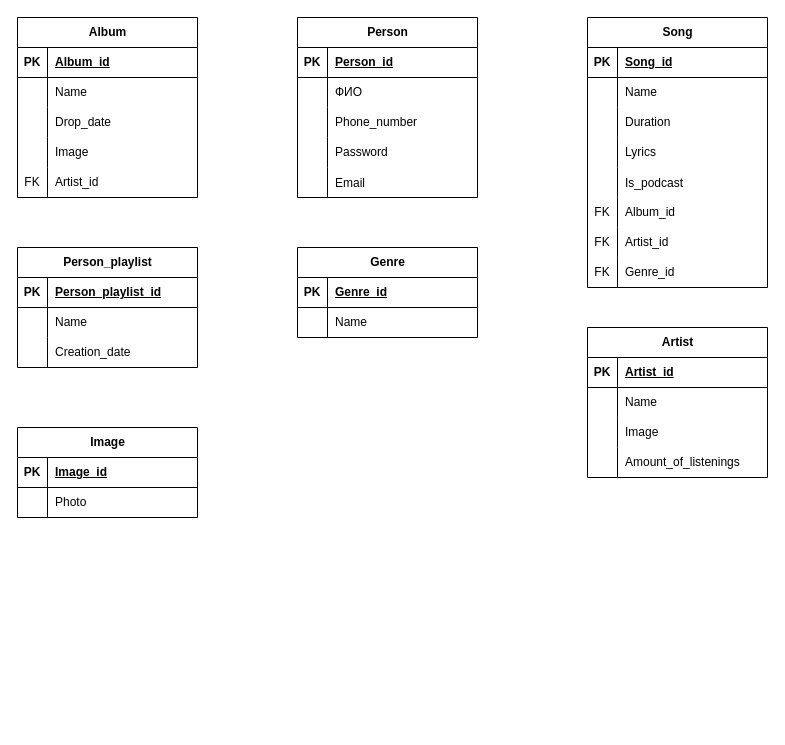
Before: лм v2.0.drawio in marsek4/database, a draw.io diagram. Source tidied: cells renumbered, new cells numbered last; positions are measured from the earlier drawing's top-left corner, leaving out a move shared by most shapes. Both pictures are drawn from the tidied source at 100%, with x=0, y=0 at pixel (17, 17).
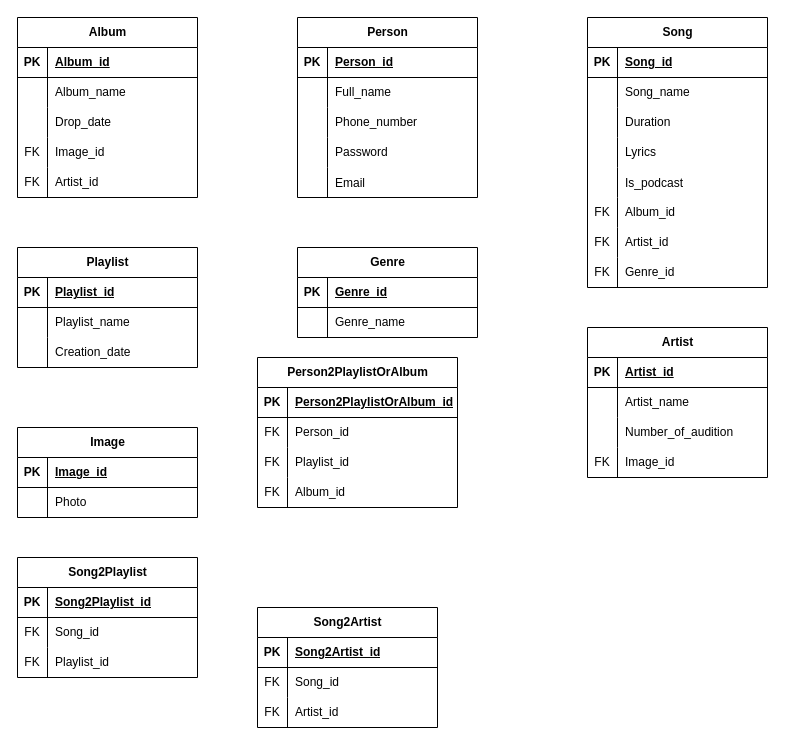
Above is the later version.

Unchanged cells that the change refers to:
```xml
<mxCell id="6" style="shape=tableRow;horizontal=0;startSize=0;swimlaneHead=0;swimlaneBody=0;fillColor=none;top=0;left=0;right=0;bottom=0;" parent="2" vertex="1">
  <mxGeometry y="60" width="180" height="30" as="geometry" />
</mxCell>
<mxCell id="22" style="shape=tableRow;horizontal=0;startSize=0;swimlaneHead=0;swimlaneBody=0;fillColor=none;top=0;left=0;right=0;bottom=0;" parent="18" vertex="1">
  <mxGeometry y="60" width="180" height="30" as="geometry" />
</mxCell>
<mxCell id="47" style="shape=tableRow;horizontal=0;startSize=0;swimlaneHead=0;swimlaneBody=0;fillColor=none;top=0;left=0;right=0;bottom=0;" parent="43" vertex="1">
  <mxGeometry y="60" width="180" height="30" as="geometry" />
</mxCell>
<mxCell id="53" style="shape=tableRow;horizontal=0;startSize=0;swimlaneHead=0;swimlaneBody=0;fillColor=none;top=0;left=0;right=0;bottom=0;" parent="43" vertex="1">
  <mxGeometry y="120" width="180" height="30" as="geometry" />
</mxCell>
<mxCell id="60" style="shape=tableRow;horizontal=0;startSize=0;swimlaneHead=0;swimlaneBody=0;fillColor=none;top=0;left=0;right=0;bottom=1;" parent="59" vertex="1">
  <mxGeometry y="30" width="180" height="30" as="geometry" />
</mxCell>
<mxCell id="63" style="shape=tableRow;horizontal=0;startSize=0;swimlaneHead=0;swimlaneBody=0;fillColor=none;top=0;left=0;right=0;bottom=0;" parent="59" vertex="1">
  <mxGeometry y="60" width="180" height="30" as="geometry" />
</mxCell>
<mxCell id="73" style="shape=tableRow;horizontal=0;startSize=0;swimlaneHead=0;swimlaneBody=0;fillColor=none;top=0;left=0;right=0;bottom=0;" parent="69" vertex="1">
  <mxGeometry y="60" width="180" height="30" as="geometry" />
</mxCell>
<mxCell id="76" value="Artist" style="shape=table;startSize=30;childLayout=tableLayout;rowLines=0;fontStyle=1;align=center;html=1;" parent="1" vertex="1">
  <mxGeometry x="570" y="310" width="180" height="150" as="geometry" />
</mxCell>
<mxCell id="80" style="shape=tableRow;horizontal=0;startSize=0;swimlaneHead=0;swimlaneBody=0;fillColor=none;top=0;left=0;right=0;bottom=0;" parent="76" vertex="1">
  <mxGeometry y="60" width="180" height="30" as="geometry" />
</mxCell>
```

The edit, as a diff of the source:
```diff
@@
-    <mxCell id="8" value="ФИО" style="shape=partialRectangle;fillColor=none;top=0;left=0;bottom=0;right=0;align=left;spacingLeft=6;overflow=hidden;whiteSpace=wrap;html=1;" parent="6" vertex="1">
+    <mxCell id="8" value="Full_name" style="shape=partialRectangle;fillColor=none;top=0;left=0;bottom=0;right=0;align=left;spacingLeft=6;overflow=hidden;whiteSpace=wrap;html=1;" parent="6" vertex="1">
       <mxGeometry x="30" width="150" height="30" as="geometry" />
     </mxCell>
@@
-    <mxCell id="24" value="Name&lt;span style=&quot;white-space: pre;&quot;&gt;&#9;&lt;/span&gt;" style="shape=partialRectangle;fillColor=none;top=0;left=0;bottom=0;right=0;align=left;spacingLeft=6;overflow=hidden;whiteSpace=wrap;html=1;" parent="22" vertex="1">
+    <mxCell id="24" value="Song_name&lt;span style=&quot;white-space: pre;&quot;&gt;&#9;&lt;/span&gt;" style="shape=partialRectangle;fillColor=none;top=0;left=0;bottom=0;right=0;align=left;spacingLeft=6;overflow=hidden;whiteSpace=wrap;html=1;" parent="22" vertex="1">
       <mxGeometry x="30" width="150" height="30" as="geometry" />
     </mxCell>
@@
-    <mxCell id="49" value="Name" style="shape=partialRectangle;fillColor=none;top=0;left=0;bottom=0;right=0;align=left;spacingLeft=6;overflow=hidden;whiteSpace=wrap;html=1;" parent="47" vertex="1">
+    <mxCell id="49" value="Album_name" style="shape=partialRectangle;fillColor=none;top=0;left=0;bottom=0;right=0;align=left;spacingLeft=6;overflow=hidden;whiteSpace=wrap;html=1;" parent="47" vertex="1">
       <mxGeometry x="30" width="150" height="30" as="geometry" />
     </mxCell>
@@
-    <mxCell id="55" value="Image" style="shape=partialRectangle;fillColor=none;top=0;left=0;bottom=0;right=0;align=left;spacingLeft=6;overflow=hidden;whiteSpace=wrap;html=1;" parent="53" vertex="1">
+    <mxCell id="55" value="Image_id" style="shape=partialRectangle;fillColor=none;top=0;left=0;bottom=0;right=0;align=left;spacingLeft=6;overflow=hidden;whiteSpace=wrap;html=1;" parent="53" vertex="1">
       <mxGeometry x="30" width="150" height="30" as="geometry" />
     </mxCell>
@@
-    <mxCell id="59" value="Person_playlist" style="shape=table;startSize=30;childLayout=tableLayout;rowLines=0;fontStyle=1;align=center;html=1;" parent="1" vertex="1">
+    <mxCell id="59" value="Playlist" style="shape=table;startSize=30;childLayout=tableLayout;rowLines=0;fontStyle=1;align=center;html=1;" parent="1" vertex="1">
       <mxGeometry y="230" width="180" height="120" as="geometry" />
     </mxCell>
@@
-    <mxCell id="62" value="Person_playlist_id" style="shape=partialRectangle;fillColor=none;top=0;left=0;bottom=0;right=0;align=left;spacingLeft=6;fontStyle=5;overflow=hidden;whiteSpace=wrap;html=1;" parent="60" vertex="1">
+    <mxCell id="62" value="Playlist_id" style="shape=partialRectangle;fillColor=none;top=0;left=0;bottom=0;right=0;align=left;spacingLeft=6;fontStyle=5;overflow=hidden;whiteSpace=wrap;html=1;" parent="60" vertex="1">
       <mxGeometry x="30" width="150" height="30" as="geometry" />
     </mxCell>
@@
-    <mxCell id="65" value="Name" style="shape=partialRectangle;fillColor=none;top=0;left=0;bottom=0;right=0;align=left;spacingLeft=6;overflow=hidden;whiteSpace=wrap;html=1;" parent="63" vertex="1">
+    <mxCell id="65" value="Playlist_name" style="shape=partialRectangle;fillColor=none;top=0;left=0;bottom=0;right=0;align=left;spacingLeft=6;overflow=hidden;whiteSpace=wrap;html=1;" parent="63" vertex="1">
       <mxGeometry x="30" width="150" height="30" as="geometry" />
     </mxCell>
@@
-    <mxCell id="75" value="Name" style="shape=partialRectangle;fillColor=none;top=0;left=0;bottom=0;right=0;align=left;spacingLeft=6;overflow=hidden;whiteSpace=wrap;html=1;" parent="73" vertex="1">
+    <mxCell id="75" value="Genre_name" style="shape=partialRectangle;fillColor=none;top=0;left=0;bottom=0;right=0;align=left;spacingLeft=6;overflow=hidden;whiteSpace=wrap;html=1;" parent="73" vertex="1">
       <mxGeometry x="30" width="150" height="30" as="geometry" />
     </mxCell>
@@
-    <mxCell id="82" value="Name" style="shape=partialRectangle;fillColor=none;top=0;left=0;bottom=0;right=0;align=left;spacingLeft=6;overflow=hidden;whiteSpace=wrap;html=1;" parent="80" vertex="1">
+    <mxCell id="82" value="Artist_name" style="shape=partialRectangle;fillColor=none;top=0;left=0;bottom=0;right=0;align=left;spacingLeft=6;overflow=hidden;whiteSpace=wrap;html=1;" parent="80" vertex="1">
       <mxGeometry x="30" width="150" height="30" as="geometry" />
     </mxCell>
-    <mxCell id="83" style="shape=tableRow;horizontal=0;startSize=0;swimlaneHead=0;swimlaneBody=0;fillColor=none;top=0;left=0;right=0;bottom=0;" parent="76" vertex="1">
-      <mxGeometry y="90" width="180" height="30" as="geometry" />
-    </mxCell>
-    <mxCell id="84" style="shape=partialRectangle;fillColor=none;top=0;left=0;bottom=0;right=0;overflow=hidden;whiteSpace=wrap;html=1;" parent="83" vertex="1">
-      <mxGeometry width="30" height="30" as="geometry" />
-    </mxCell>
-    <mxCell id="85" value="Image" style="shape=partialRectangle;fillColor=none;top=0;left=0;bottom=0;right=0;align=left;spacingLeft=6;overflow=hidden;whiteSpace=wrap;html=1;" parent="83" vertex="1">
-      <mxGeometry x="30" width="150" height="30" as="geometry" />
-    </mxCell>
     <mxCell id="86" style="shape=tableRow;horizontal=0;startSize=0;swimlaneHead=0;swimlaneBody=0;fillColor=none;top=0;left=0;right=0;bottom=0;" parent="76" vertex="1">
-      <mxGeometry y="120" width="180" height="30" as="geometry" />
+      <mxGeometry y="90" width="180" height="30" as="geometry" />
     </mxCell>
@@
-    <mxCell id="88" value="Amount_of_listenings" style="shape=partialRectangle;fillColor=none;top=0;left=0;bottom=0;right=0;align=left;spacingLeft=6;overflow=hidden;whiteSpace=wrap;html=1;" parent="86" vertex="1">
+    <mxCell id="88" value="Number_of_audition" style="shape=partialRectangle;fillColor=none;top=0;left=0;bottom=0;right=0;align=left;spacingLeft=6;overflow=hidden;whiteSpace=wrap;html=1;" parent="86" vertex="1">
       <mxGeometry x="30" width="150" height="30" as="geometry" />
     </mxCell>
+    <mxCell id="96" style="shape=tableRow;horizontal=0;startSize=0;swimlaneHead=0;swimlaneBody=0;fillColor=none;top=0;left=0;right=0;bottom=0;" parent="76" vertex="1">
+      <mxGeometry y="120" width="180" height="30" as="geometry" />
+    </mxCell>
+    <mxCell id="97" value="FK" style="shape=partialRectangle;fillColor=none;top=0;left=0;bottom=0;right=0;fontStyle=0;overflow=hidden;whiteSpace=wrap;html=1;" parent="96" vertex="1">
+      <mxGeometry width="30" height="30" as="geometry" />
+    </mxCell>
+    <mxCell id="98" value="Image_id" style="shape=partialRectangle;fillColor=none;top=0;left=0;bottom=0;right=0;align=left;spacingLeft=6;fontStyle=0;overflow=hidden;whiteSpace=wrap;html=1;" parent="96" vertex="1">
+      <mxGeometry x="30" width="150" height="30" as="geometry" />
+    </mxCell>
@@
+    <mxCell id="99" value="Person2PlaylistOrAlbum" style="shape=table;startSize=30;childLayout=tableLayout;rowLines=0;fontStyle=1;align=center;html=1;" parent="1" vertex="1">
+      <mxGeometry x="240" y="340" width="200" height="150" as="geometry" />
+    </mxCell>
+    <mxCell id="100" style="shape=tableRow;horizontal=0;startSize=0;swimlaneHead=0;swimlaneBody=0;fillColor=none;top=0;left=0;right=0;bottom=1;" parent="99" vertex="1">
+      <mxGeometry y="30" width="200" height="30" as="geometry" />
+    </mxCell>
+    <mxCell id="101" value="PK" style="shape=partialRectangle;fillColor=none;top=0;left=0;bottom=0;right=0;fontStyle=1;overflow=hidden;whiteSpace=wrap;html=1;" parent="100" vertex="1">
+      <mxGeometry width="30" height="30" as="geometry" />
+    </mxCell>
+    <mxCell id="102" value="Person2PlaylistOrAlbum_id" style="shape=partialRectangle;fillColor=none;top=0;left=0;bottom=0;right=0;align=left;spacingLeft=6;fontStyle=5;overflow=hidden;whiteSpace=wrap;html=1;" parent="100" vertex="1">
+      <mxGeometry x="30" width="170" height="30" as="geometry" />
+    </mxCell>
+    <mxCell id="103" style="shape=tableRow;horizontal=0;startSize=0;swimlaneHead=0;swimlaneBody=0;fillColor=none;top=0;left=0;right=0;bottom=0;" parent="99" vertex="1">
+      <mxGeometry y="60" width="200" height="30" as="geometry" />
+    </mxCell>
+    <mxCell id="104" value="FK" style="shape=partialRectangle;fillColor=none;top=0;left=0;bottom=0;right=0;fontStyle=0;overflow=hidden;whiteSpace=wrap;html=1;" parent="103" vertex="1">
+      <mxGeometry width="30" height="30" as="geometry" />
+    </mxCell>
+    <mxCell id="105" value="Person_id" style="shape=partialRectangle;fillColor=none;top=0;left=0;bottom=0;right=0;align=left;spacingLeft=6;fontStyle=0;overflow=hidden;whiteSpace=wrap;html=1;" parent="103" vertex="1">
+      <mxGeometry x="30" width="170" height="30" as="geometry" />
+    </mxCell>
+    <mxCell id="106" style="shape=tableRow;horizontal=0;startSize=0;swimlaneHead=0;swimlaneBody=0;fillColor=none;top=0;left=0;right=0;bottom=0;" parent="99" vertex="1">
+      <mxGeometry y="90" width="200" height="30" as="geometry" />
+    </mxCell>
+    <mxCell id="107" value="FK" style="shape=partialRectangle;fillColor=none;top=0;left=0;bottom=0;right=0;fontStyle=0;overflow=hidden;whiteSpace=wrap;html=1;" parent="106" vertex="1">
+      <mxGeometry width="30" height="30" as="geometry" />
+    </mxCell>
+    <mxCell id="108" value="Playlist_id" style="shape=partialRectangle;fillColor=none;top=0;left=0;bottom=0;right=0;align=left;spacingLeft=6;fontStyle=0;overflow=hidden;whiteSpace=wrap;html=1;" parent="106" vertex="1">
+      <mxGeometry x="30" width="170" height="30" as="geometry" />
+    </mxCell>
+    <mxCell id="109" style="shape=tableRow;horizontal=0;startSize=0;swimlaneHead=0;swimlaneBody=0;fillColor=none;top=0;left=0;right=0;bottom=0;" parent="99" vertex="1">
+      <mxGeometry y="120" width="200" height="30" as="geometry" />
+    </mxCell>
+    <mxCell id="110" value="FK" style="shape=partialRectangle;fillColor=none;top=0;left=0;bottom=0;right=0;fontStyle=0;overflow=hidden;whiteSpace=wrap;html=1;" parent="109" vertex="1">
+      <mxGeometry width="30" height="30" as="geometry" />
+    </mxCell>
+    <mxCell id="111" value="Album_id" style="shape=partialRectangle;fillColor=none;top=0;left=0;bottom=0;right=0;align=left;spacingLeft=6;fontStyle=0;overflow=hidden;whiteSpace=wrap;html=1;" parent="109" vertex="1">
+      <mxGeometry x="30" width="170" height="30" as="geometry" />
+    </mxCell>
+    <mxCell id="112" value="Song2Playlist" style="shape=table;startSize=30;childLayout=tableLayout;rowLines=0;fontStyle=1;align=center;html=1;" parent="1" vertex="1">
+      <mxGeometry y="540" width="180" height="120" as="geometry" />
+    </mxCell>
+    <mxCell id="113" style="shape=tableRow;horizontal=0;startSize=0;swimlaneHead=0;swimlaneBody=0;fillColor=none;top=0;left=0;right=0;bottom=1;" parent="112" vertex="1">
+      <mxGeometry y="30" width="180" height="30" as="geometry" />
+    </mxCell>
+    <mxCell id="114" value="PK" style="shape=partialRectangle;fillColor=none;top=0;left=0;bottom=0;right=0;fontStyle=1;overflow=hidden;whiteSpace=wrap;html=1;" parent="113" vertex="1">
+      <mxGeometry width="30" height="30" as="geometry" />
+    </mxCell>
+    <mxCell id="115" value="Song2Playlist_id" style="shape=partialRectangle;fillColor=none;top=0;left=0;bottom=0;right=0;align=left;spacingLeft=6;fontStyle=5;overflow=hidden;whiteSpace=wrap;html=1;" parent="113" vertex="1">
+      <mxGeometry x="30" width="150" height="30" as="geometry" />
+    </mxCell>
+    <mxCell id="116" style="shape=tableRow;horizontal=0;startSize=0;swimlaneHead=0;swimlaneBody=0;fillColor=none;top=0;left=0;right=0;bottom=0;" parent="112" vertex="1">
+      <mxGeometry y="60" width="180" height="30" as="geometry" />
+    </mxCell>
+    <mxCell id="117" value="FK" style="shape=partialRectangle;fillColor=none;top=0;left=0;bottom=0;right=0;fontStyle=0;overflow=hidden;whiteSpace=wrap;html=1;" parent="116" vertex="1">
+      <mxGeometry width="30" height="30" as="geometry" />
+    </mxCell>
+    <mxCell id="118" value="Song_id" style="shape=partialRectangle;fillColor=none;top=0;left=0;bottom=0;right=0;align=left;spacingLeft=6;fontStyle=0;overflow=hidden;whiteSpace=wrap;html=1;" parent="116" vertex="1">
+      <mxGeometry x="30" width="150" height="30" as="geometry" />
+    </mxCell>
+    <mxCell id="119" style="shape=tableRow;horizontal=0;startSize=0;swimlaneHead=0;swimlaneBody=0;fillColor=none;top=0;left=0;right=0;bottom=0;" parent="112" vertex="1">
+      <mxGeometry y="90" width="180" height="30" as="geometry" />
+    </mxCell>
+    <mxCell id="120" value="FK" style="shape=partialRectangle;fillColor=none;top=0;left=0;bottom=0;right=0;fontStyle=0;overflow=hidden;whiteSpace=wrap;html=1;" parent="119" vertex="1">
+      <mxGeometry width="30" height="30" as="geometry" />
+    </mxCell>
+    <mxCell id="121" value="Playlist_id" style="shape=partialRectangle;fillColor=none;top=0;left=0;bottom=0;right=0;align=left;spacingLeft=6;fontStyle=0;overflow=hidden;whiteSpace=wrap;html=1;" parent="119" vertex="1">
+      <mxGeometry x="30" width="150" height="30" as="geometry" />
+    </mxCell>
+    <mxCell id="122" value="FK" style="shape=partialRectangle;fillColor=none;top=0;left=0;bottom=0;right=0;fontStyle=0;overflow=hidden;whiteSpace=wrap;html=1;" parent="1" vertex="1">
+      <mxGeometry y="120" width="30" height="30" as="geometry" />
+    </mxCell>
+    <mxCell id="123" value="Song2Artist" style="shape=table;startSize=30;childLayout=tableLayout;rowLines=0;fontStyle=1;align=center;html=1;" parent="1" vertex="1">
+      <mxGeometry x="240" y="590" width="180" height="120" as="geometry" />
+    </mxCell>
+    <mxCell id="124" style="shape=tableRow;horizontal=0;startSize=0;swimlaneHead=0;swimlaneBody=0;fillColor=none;top=0;left=0;right=0;bottom=1;" parent="123" vertex="1">
+      <mxGeometry y="30" width="180" height="30" as="geometry" />
+    </mxCell>
+    <mxCell id="125" value="PK" style="shape=partialRectangle;fillColor=none;top=0;left=0;bottom=0;right=0;fontStyle=1;overflow=hidden;whiteSpace=wrap;html=1;" parent="124" vertex="1">
+      <mxGeometry width="30" height="30" as="geometry" />
+    </mxCell>
+    <mxCell id="126" value="Song2Artist_id" style="shape=partialRectangle;fillColor=none;top=0;left=0;bottom=0;right=0;align=left;spacingLeft=6;fontStyle=5;overflow=hidden;whiteSpace=wrap;html=1;" parent="124" vertex="1">
+      <mxGeometry x="30" width="150" height="30" as="geometry" />
+    </mxCell>
+    <mxCell id="127" style="shape=tableRow;horizontal=0;startSize=0;swimlaneHead=0;swimlaneBody=0;fillColor=none;top=0;left=0;right=0;bottom=0;" parent="123" vertex="1">
+      <mxGeometry y="60" width="180" height="30" as="geometry" />
+    </mxCell>
+    <mxCell id="128" value="FK" style="shape=partialRectangle;fillColor=none;top=0;left=0;bottom=0;right=0;fontStyle=0;overflow=hidden;whiteSpace=wrap;html=1;" parent="127" vertex="1">
+      <mxGeometry width="30" height="30" as="geometry" />
+    </mxCell>
+    <mxCell id="129" value="Song_id" style="shape=partialRectangle;fillColor=none;top=0;left=0;bottom=0;right=0;align=left;spacingLeft=6;fontStyle=0;overflow=hidden;whiteSpace=wrap;html=1;" parent="127" vertex="1">
+      <mxGeometry x="30" width="150" height="30" as="geometry" />
+    </mxCell>
+    <mxCell id="130" style="shape=tableRow;horizontal=0;startSize=0;swimlaneHead=0;swimlaneBody=0;fillColor=none;top=0;left=0;right=0;bottom=0;" parent="123" vertex="1">
+      <mxGeometry y="90" width="180" height="30" as="geometry" />
+    </mxCell>
+    <mxCell id="131" value="FK" style="shape=partialRectangle;fillColor=none;top=0;left=0;bottom=0;right=0;fontStyle=0;overflow=hidden;whiteSpace=wrap;html=1;" parent="130" vertex="1">
+      <mxGeometry width="30" height="30" as="geometry" />
+    </mxCell>
+    <mxCell id="132" value="Artist_id" style="shape=partialRectangle;fillColor=none;top=0;left=0;bottom=0;right=0;align=left;spacingLeft=6;fontStyle=0;overflow=hidden;whiteSpace=wrap;html=1;" parent="130" vertex="1">
+      <mxGeometry x="30" width="150" height="30" as="geometry" />
+    </mxCell>
```
